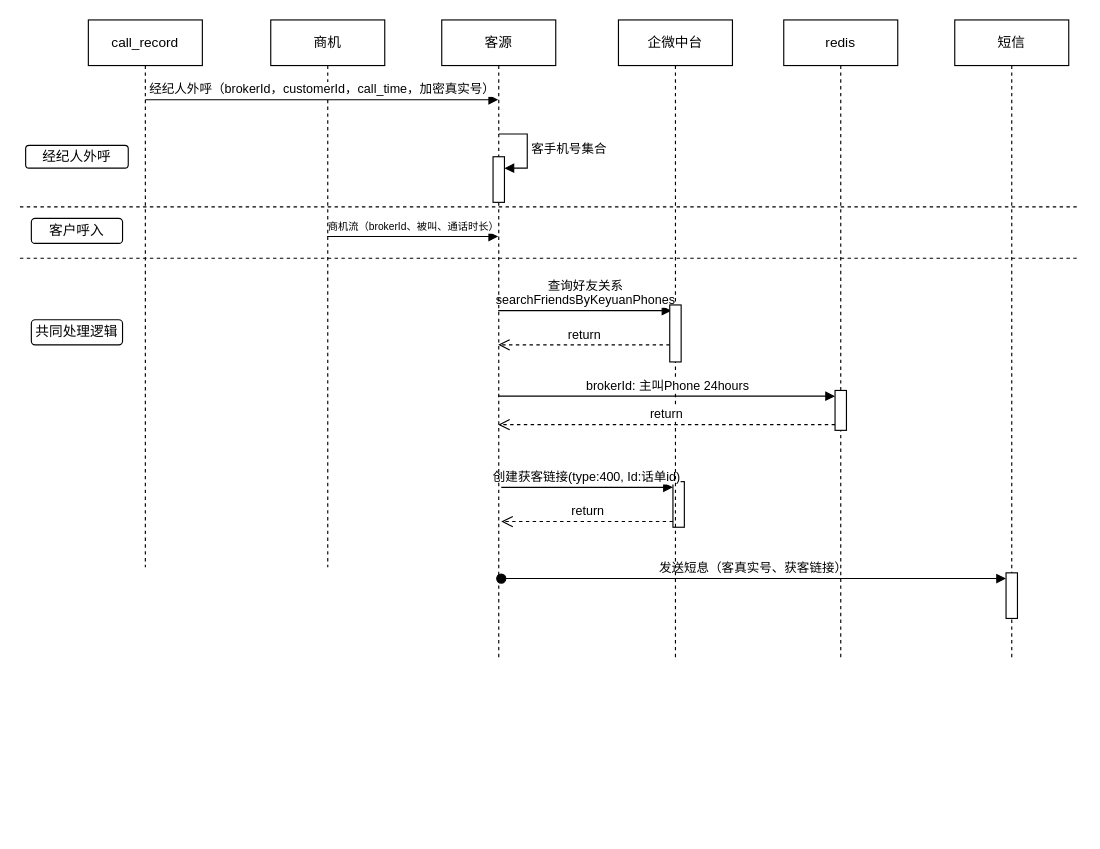
SmellyTrotter/draw.io keeps this draw.io diagram as 未命名绘图.drawio. Above is the earlier version. Source tidied: cells renumbered, new cells numbered last; positions are measured from the earlier drawing's top-left corner, leaving out a move shared by most shapes. Both pictures are drawn from the tidied source at 114%, with x=0, y=0 at pixel (19, 19).
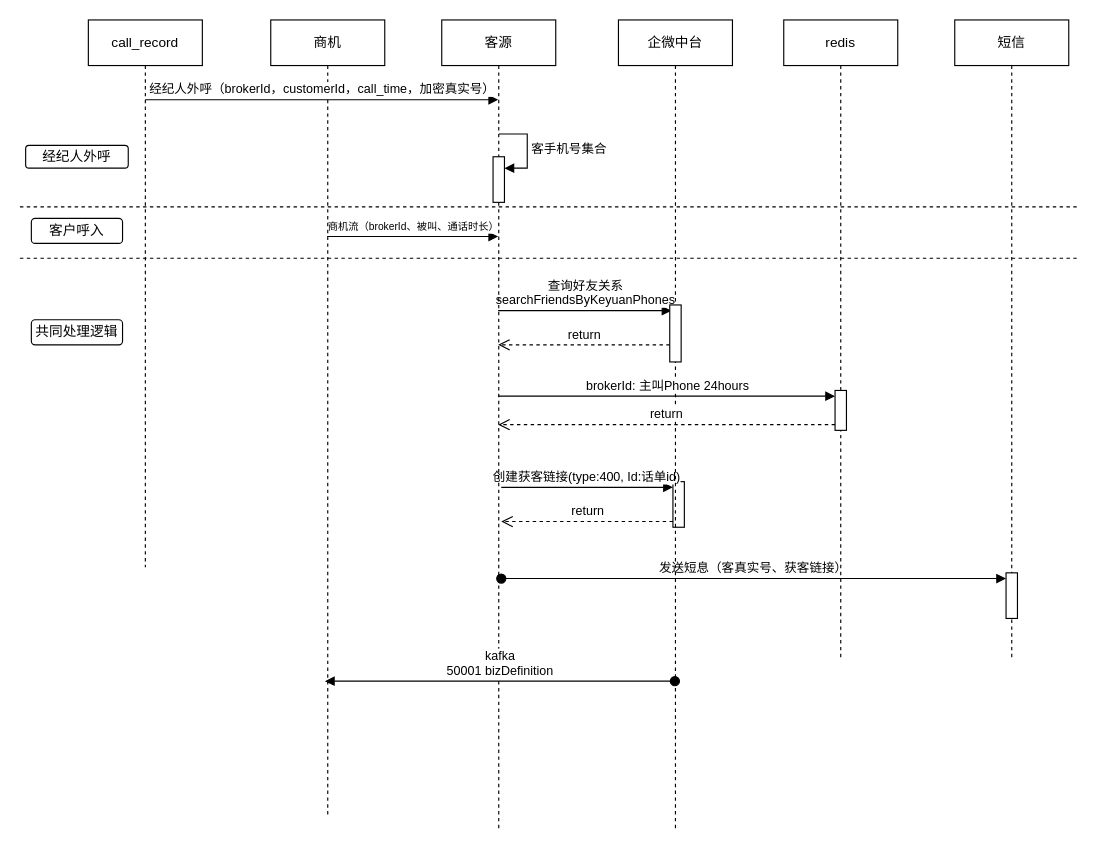
After the change.

Commit message:
更新未命名绘图.drawio

The edit, as a diff of the source:
```diff
@@
     <mxCell id="10" value="商机" style="shape=umlLifeline;perimeter=lifelinePerimeter;whiteSpace=wrap;html=1;outlineConnect=0;portConstraint=eastwest;newEdgeStyle={&quot;edgeStyle&quot;:&quot;elbowEdgeStyle&quot;,&quot;elbow&quot;:&quot;vertical&quot;,&quot;curved&quot;:0,&quot;rounded&quot;:0};" parent="1" vertex="1">
-      <mxGeometry x="220" width="100" height="480" as="geometry" />
+      <mxGeometry x="220" width="100" height="700" as="geometry" />
     </mxCell>
     <mxCell id="11" value="客源" style="shape=umlLifeline;perimeter=lifelinePerimeter;whiteSpace=wrap;html=1;outlineConnect=0;portConstraint=eastwest;newEdgeStyle={&quot;edgeStyle&quot;:&quot;elbowEdgeStyle&quot;,&quot;elbow&quot;:&quot;vertical&quot;,&quot;curved&quot;:0,&quot;rounded&quot;:0};" parent="1" vertex="1">
-      <mxGeometry x="370" width="100" height="560" as="geometry" />
+      <mxGeometry x="370" width="100" height="710" as="geometry" />
     </mxCell>
@@
     <mxCell id="14" value="企微中台" style="shape=umlLifeline;perimeter=lifelinePerimeter;whiteSpace=wrap;html=1;outlineConnect=0;portConstraint=eastwest;newEdgeStyle={&quot;edgeStyle&quot;:&quot;elbowEdgeStyle&quot;,&quot;elbow&quot;:&quot;vertical&quot;,&quot;curved&quot;:0,&quot;rounded&quot;:0};" parent="1" vertex="1">
-      <mxGeometry x="525" width="100" height="560" as="geometry" />
+      <mxGeometry x="525" width="100" height="710" as="geometry" />
     </mxCell>
@@
+    <mxCell id="29" value="&lt;div&gt;kafka&lt;/div&gt;50001 bizDefinition" style="html=1;verticalAlign=bottom;startArrow=oval;endArrow=block;startSize=8;curved=0;rounded=0;" parent="1" edge="1" source="14">
+      <mxGeometry relative="1" as="geometry">
+        <mxPoint x="267.5" y="580" as="targetPoint" />
+      </mxGeometry>
+    </mxCell>
```
